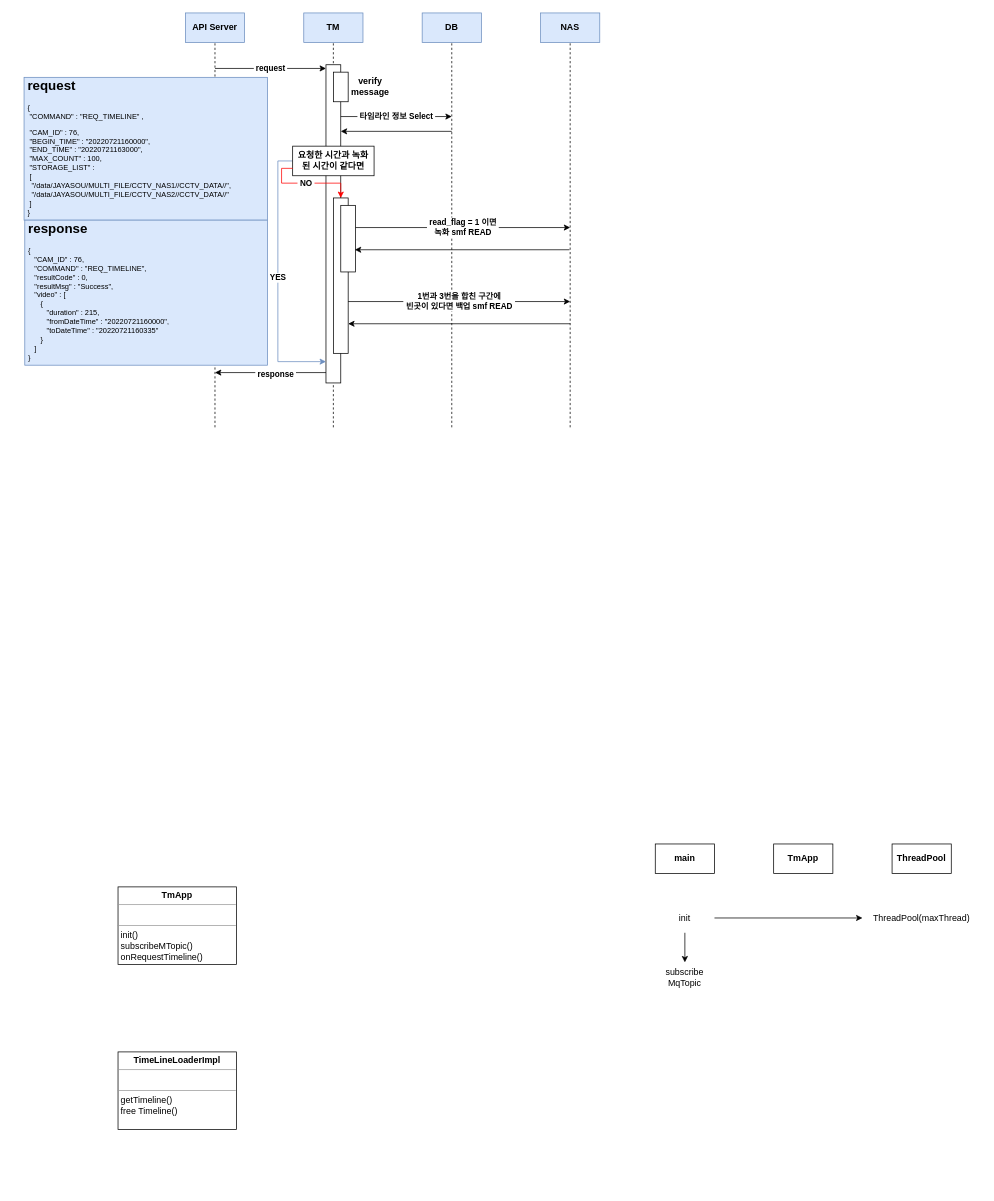
This is TM.drawio from JaeHyeon774/NEWTIL, a draw.io file, before an edit. Source tidied: cells renumbered, new cells numbered last; positions are measured from the earlier drawing's top-left corner, leaving out a move shared by most shapes. Both pictures are drawn from the tidied source at 74%, with x=0, y=0 at pixel (24, 13).
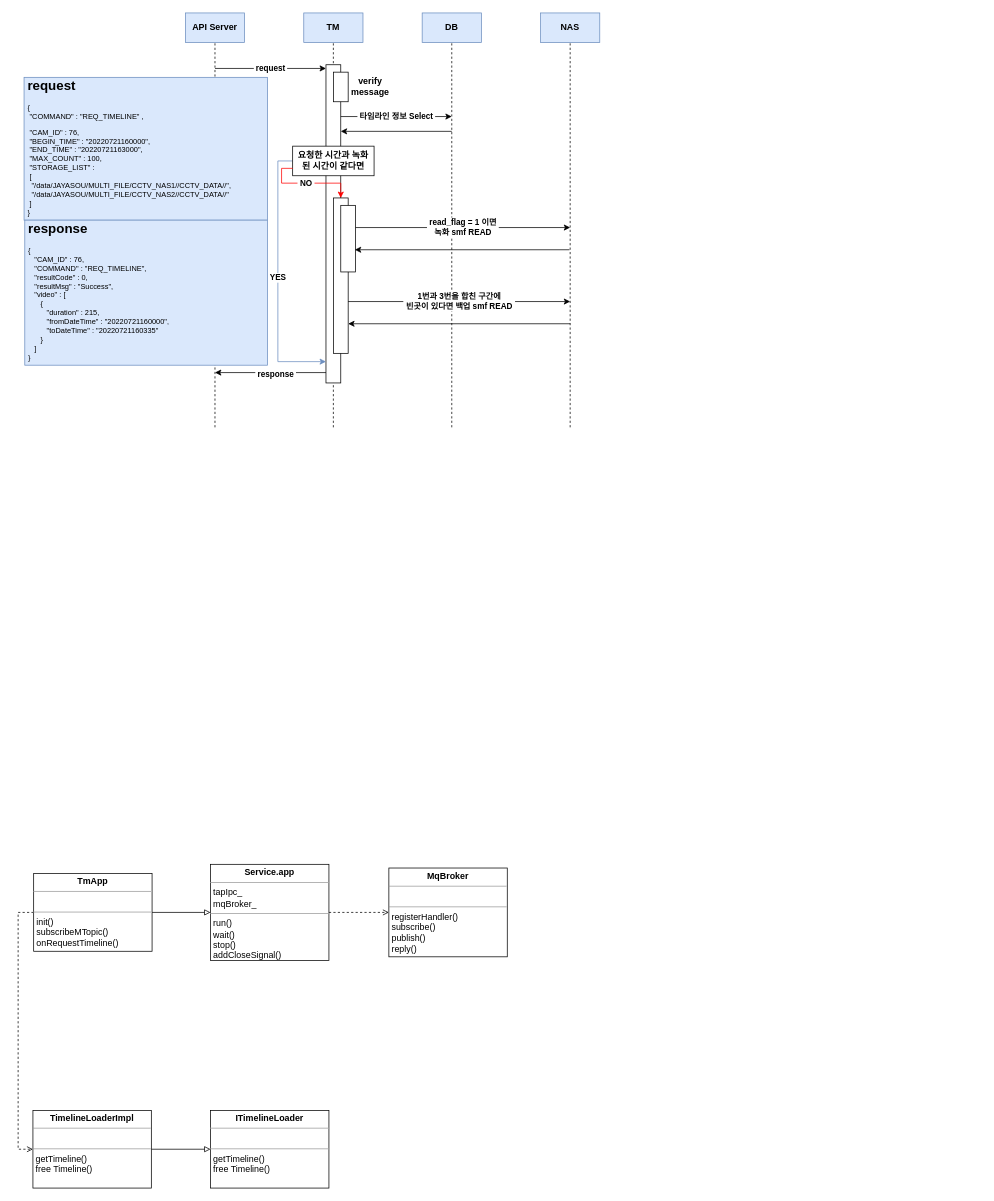
After the change.

Diff of the diagram source:
```diff
@@
+    <mxCell id="39" style="edgeStyle=orthogonalEdgeStyle;rounded=0;jettySize=auto;html=1;exitX=1;exitY=0.5;exitDx=0;exitDy=0;entryX=0;entryY=0.5;entryDx=0;entryDy=0;fontSize=10;endArrow=block;endFill=0;" parent="1" edge="1" source="29" target="43">
+      <mxGeometry relative="1" as="geometry" />
+    </mxCell>
+    <mxCell id="40" style="edgeStyle=orthogonalEdgeStyle;rounded=0;jettySize=auto;html=1;exitX=0;exitY=0.5;exitDx=0;exitDy=0;entryX=0;entryY=0.5;entryDx=0;entryDy=0;fontSize=10;endArrow=open;endFill=0;dashed=1;" parent="1" edge="1" source="29" target="30">
+      <mxGeometry relative="1" as="geometry" />
+    </mxCell>
     <mxCell id="29" value="&lt;p style=&quot;margin:0px;margin-top:4px;text-align:center;&quot;&gt;&lt;b&gt;TmApp&lt;/b&gt;&lt;/p&gt;&lt;hr size=&quot;1&quot;&gt;&lt;p style=&quot;margin:0px;margin-left:4px;&quot;&gt;&lt;br&gt;&lt;/p&gt;&lt;hr size=&quot;1&quot;&gt;&lt;p style=&quot;margin:0px;margin-left:4px;&quot;&gt;init()&lt;/p&gt;&lt;p style=&quot;margin:0px;margin-left:4px;&quot;&gt;subscribeMTopic()&lt;/p&gt;&lt;p style=&quot;margin:0px;margin-left:4px;&quot;&gt;onRequestTimeline()&lt;/p&gt;&lt;p style=&quot;margin:0px;margin-left:4px;&quot;&gt;&lt;br&gt;&lt;/p&gt;" style="verticalAlign=top;align=left;overflow=fill;fontSize=12;fontFamily=Helvetica;html=1;" parent="1" vertex="1">
-      <mxGeometry x="127" y="1181" width="160" height="105" as="geometry" />
+      <mxGeometry x="13" y="1163" width="160" height="105" as="geometry" />
     </mxCell>
+    <mxCell id="41" style="edgeStyle=orthogonalEdgeStyle;rounded=0;jettySize=auto;html=1;exitX=1;exitY=0.5;exitDx=0;exitDy=0;entryX=0;entryY=0.5;entryDx=0;entryDy=0;fontSize=10;endArrow=block;endFill=0;" parent="1" edge="1" source="30" target="45">
+      <mxGeometry relative="1" as="geometry" />
+    </mxCell>
-    <mxCell id="30" value="&lt;p style=&quot;margin:0px;margin-top:4px;text-align:center;&quot;&gt;&lt;b&gt;TimeLineLoaderImpl&lt;/b&gt;&lt;/p&gt;&lt;hr size=&quot;1&quot;&gt;&lt;p style=&quot;margin:0px;margin-left:4px;&quot;&gt;&lt;br&gt;&lt;/p&gt;&lt;hr size=&quot;1&quot;&gt;&lt;p style=&quot;margin:0px;margin-left:4px;&quot;&gt;getTimeline()&lt;/p&gt;&lt;p style=&quot;margin:0px;margin-left:4px;&quot;&gt;free Timeline()&lt;/p&gt;" style="verticalAlign=top;align=left;overflow=fill;fontSize=12;fontFamily=Helvetica;html=1;" parent="1" vertex="1">
-      <mxGeometry x="127" y="1404" width="160" height="105" as="geometry" />
+    <mxCell id="30" value="&lt;p style=&quot;margin:0px;margin-top:4px;text-align:center;&quot;&gt;&lt;b&gt;TimelineLoaderImpl&lt;/b&gt;&lt;/p&gt;&lt;hr size=&quot;1&quot;&gt;&lt;p style=&quot;margin:0px;margin-left:4px;&quot;&gt;&lt;br&gt;&lt;/p&gt;&lt;hr size=&quot;1&quot;&gt;&lt;p style=&quot;margin:0px;margin-left:4px;&quot;&gt;getTimeline()&lt;/p&gt;&lt;p style=&quot;margin:0px;margin-left:4px;&quot;&gt;free Timeline()&lt;/p&gt;" style="verticalAlign=top;align=left;overflow=fill;fontSize=12;fontFamily=Helvetica;html=1;" parent="1" vertex="1">
+      <mxGeometry x="12" y="1483" width="160" height="105" as="geometry" />
     </mxCell>
-    <mxCell id="31" value="&lt;b&gt;main&lt;/b&gt;" style="rounded=0;whiteSpace=wrap;html=1;" parent="1" vertex="1">
-      <mxGeometry x="853" y="1123" width="80" height="40" as="geometry" />
-    </mxCell>
-    <mxCell id="32" value="&lt;b&gt;TmApp&lt;/b&gt;" style="rounded=0;whiteSpace=wrap;html=1;" parent="1" vertex="1">
-      <mxGeometry x="1013" y="1123" width="80" height="40" as="geometry" />
-    </mxCell>
-    <mxCell id="33" value="&lt;b&gt;ThreadPool&lt;/b&gt;" style="rounded=0;whiteSpace=wrap;html=1;" parent="1" vertex="1">
-      <mxGeometry x="1173" y="1123" width="80" height="40" as="geometry" />
-    </mxCell>
-    <mxCell id="34" value="subscribe MqTopic" style="text;html=1;strokeColor=none;fillColor=none;align=center;verticalAlign=middle;whiteSpace=wrap;rounded=0;" parent="1" vertex="1">
-      <mxGeometry x="853" y="1283" width="80" height="40" as="geometry" />
-    </mxCell>
-    <mxCell id="35" style="edgeStyle=orthogonalEdgeStyle;rounded=0;jettySize=auto;html=1;exitX=1;exitY=0.5;exitDx=0;exitDy=0;entryX=0;entryY=0.5;entryDx=0;entryDy=0;" parent="1" edge="1" source="37" target="38">
-      <mxGeometry relative="1" as="geometry" />
-    </mxCell>
-    <mxCell id="36" style="edgeStyle=orthogonalEdgeStyle;rounded=0;jettySize=auto;html=1;exitX=0.5;exitY=1;exitDx=0;exitDy=0;entryX=0.5;entryY=0;entryDx=0;entryDy=0;" parent="1" edge="1" source="37" target="34">
-      <mxGeometry relative="1" as="geometry" />
-    </mxCell>
-    <mxCell id="37" value="init" style="text;html=1;strokeColor=none;fillColor=none;align=center;verticalAlign=middle;whiteSpace=wrap;rounded=0;" parent="1" vertex="1">
-      <mxGeometry x="853" y="1203" width="80" height="40" as="geometry" />
-    </mxCell>
-    <mxCell id="38" value="ThreadPool(maxThread)" style="text;html=1;strokeColor=none;fillColor=none;align=center;verticalAlign=middle;whiteSpace=wrap;rounded=0;" parent="1" vertex="1">
-      <mxGeometry x="1133" y="1203" width="160" height="40" as="geometry" />
-    </mxCell>
+    <mxCell id="42" style="edgeStyle=orthogonalEdgeStyle;rounded=0;jettySize=auto;html=1;exitX=1;exitY=0.5;exitDx=0;exitDy=0;entryX=0;entryY=0.5;entryDx=0;entryDy=0;fontSize=10;endArrow=open;endFill=0;dashed=1;" parent="1" edge="1" source="43" target="44">
+      <mxGeometry relative="1" as="geometry" />
+    </mxCell>
+    <mxCell id="43" value="&lt;p style=&quot;margin:0px;margin-top:4px;text-align:center;&quot;&gt;&lt;b&gt;Service.app&lt;/b&gt;&lt;/p&gt;&lt;hr size=&quot;1&quot;&gt;&lt;p style=&quot;margin:0px;margin-left:4px;&quot;&gt;tapIpc_&lt;/p&gt;&lt;p style=&quot;margin:0px;margin-left:4px;&quot;&gt;mqBroker_&lt;/p&gt;&lt;hr size=&quot;1&quot;&gt;&lt;p style=&quot;margin:0px;margin-left:4px;&quot;&gt;&lt;span style=&quot;background-color: initial;&quot;&gt;run()&lt;/span&gt;&lt;br&gt;&lt;/p&gt;&lt;p style=&quot;margin:0px;margin-left:4px;&quot;&gt;wait()&lt;/p&gt;&lt;p style=&quot;margin:0px;margin-left:4px;&quot;&gt;stop()&lt;/p&gt;&lt;p style=&quot;margin:0px;margin-left:4px;&quot;&gt;addCloseSignal()&lt;/p&gt;" style="verticalAlign=top;align=left;overflow=fill;fontSize=12;fontFamily=Helvetica;html=1;" parent="1" vertex="1">
+      <mxGeometry x="252" y="1150.5" width="160" height="130" as="geometry" />
+    </mxCell>
+    <mxCell id="44" value="&lt;p style=&quot;margin:0px;margin-top:4px;text-align:center;&quot;&gt;&lt;b&gt;MqBroker&lt;/b&gt;&lt;/p&gt;&lt;hr size=&quot;1&quot;&gt;&lt;p style=&quot;margin:0px;margin-left:4px;&quot;&gt;&lt;br&gt;&lt;/p&gt;&lt;hr size=&quot;1&quot;&gt;&lt;p style=&quot;margin:0px;margin-left:4px;&quot;&gt;registerHandler()&lt;/p&gt;&lt;p style=&quot;margin:0px;margin-left:4px;&quot;&gt;subscribe()&lt;/p&gt;&lt;p style=&quot;margin:0px;margin-left:4px;&quot;&gt;&lt;span style=&quot;background-color: initial;&quot;&gt;publish()&lt;/span&gt;&lt;/p&gt;&lt;p style=&quot;margin:0px;margin-left:4px;&quot;&gt;&lt;span style=&quot;background-color: initial;&quot;&gt;reply()&lt;/span&gt;&lt;br&gt;&lt;/p&gt;&lt;p style=&quot;margin:0px;margin-left:4px;&quot;&gt;&lt;br&gt;&lt;/p&gt;" style="verticalAlign=top;align=left;overflow=fill;fontSize=12;fontFamily=Helvetica;html=1;" parent="1" vertex="1">
+      <mxGeometry x="493" y="1155.5" width="160" height="120" as="geometry" />
+    </mxCell>
+    <mxCell id="45" value="&lt;p style=&quot;margin:0px;margin-top:4px;text-align:center;&quot;&gt;&lt;b&gt;ITimelineLoader&lt;/b&gt;&lt;/p&gt;&lt;hr size=&quot;1&quot;&gt;&lt;p style=&quot;margin:0px;margin-left:4px;&quot;&gt;&lt;br&gt;&lt;/p&gt;&lt;hr size=&quot;1&quot;&gt;&lt;p style=&quot;margin:0px;margin-left:4px;&quot;&gt;getTimeline()&lt;/p&gt;&lt;p style=&quot;margin:0px;margin-left:4px;&quot;&gt;free Timeline()&lt;/p&gt;" style="verticalAlign=top;align=left;overflow=fill;fontSize=12;fontFamily=Helvetica;html=1;" parent="1" vertex="1">
+      <mxGeometry x="252" y="1483" width="160" height="105" as="geometry" />
+    </mxCell>
```
